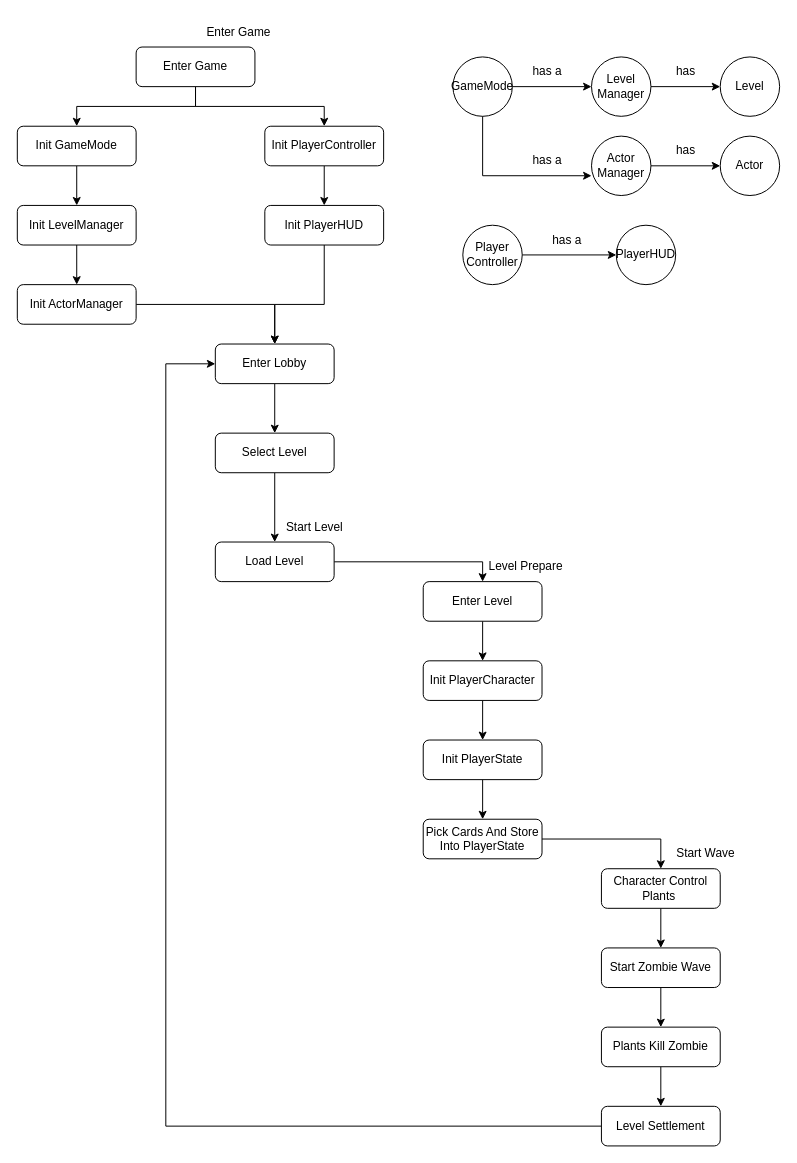
Earlier version of the draw.io diagram PVZ_TPS/PVZ_MainGameLoop.drawio (Danqingyifan/PVZ_UML). Source tidied: cells renumbered, new cells numbered last; positions are measured from the earlier drawing's top-left corner, leaving out a move shared by most shapes. Both pictures are drawn from the tidied source at 99%, with x=0, y=0 at pixel (17, 17).
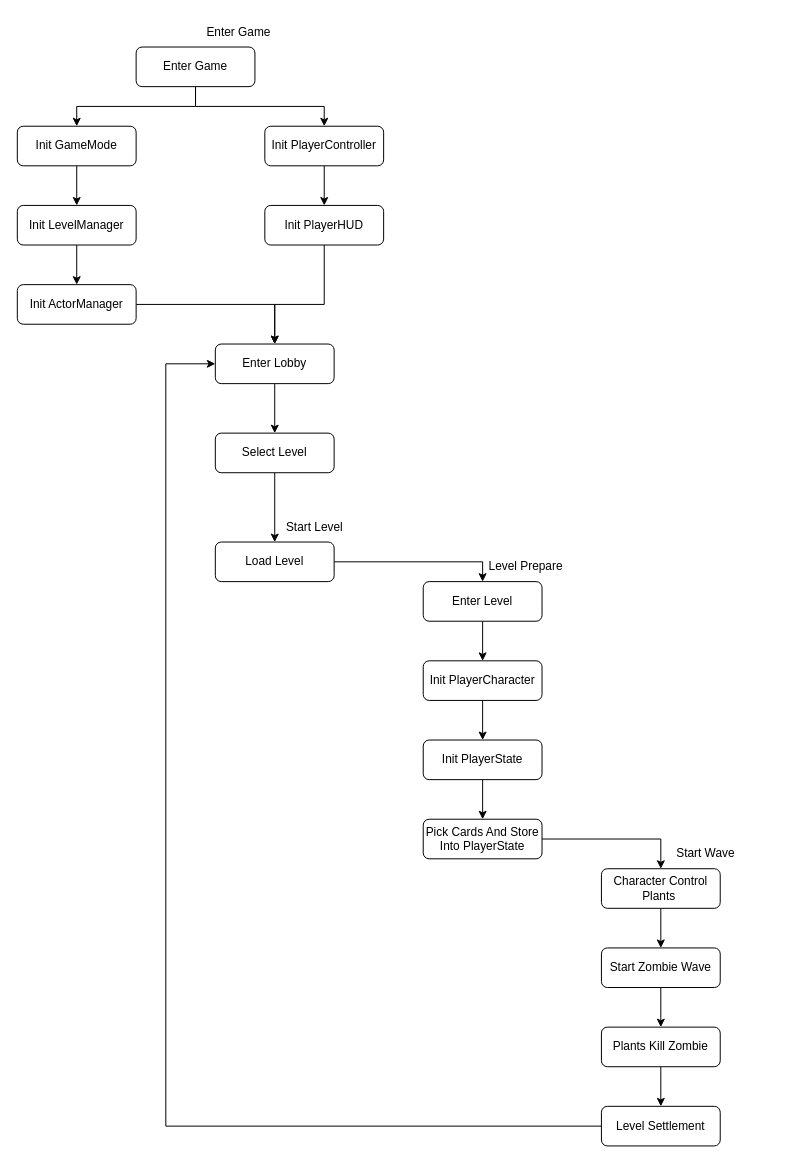
After the change.

Diff of the diagram source:
```diff
@@
-    <mxCell id="6" style="edgeStyle=orthogonalEdgeStyle;rounded=0;jettySize=auto;html=1;entryX=0;entryY=0.5;entryDx=0;entryDy=0;" parent="1" edge="1" source="7" target="10">
-      <mxGeometry relative="1" as="geometry" />
-    </mxCell>
-    <mxCell id="7" value="Player&lt;div&gt;Controller&lt;/div&gt;" style="ellipse;whiteSpace=wrap;html=1;" parent="1" vertex="1">
-      <mxGeometry x="450" y="210" width="60" height="60" as="geometry" />
-    </mxCell>
@@
-    <mxCell id="10" value="Player&lt;span style=&quot;background-color: transparent; color: light-dark(rgb(0, 0, 0), rgb(255, 255, 255));&quot;&gt;HUD&lt;/span&gt;" style="ellipse;whiteSpace=wrap;html=1;" parent="1" vertex="1">
-      <mxGeometry x="605" y="210" width="60" height="60" as="geometry" />
-    </mxCell>
-    <mxCell id="11" value="has a" style="text;html=1;align=center;verticalAlign=middle;strokeColor=none;fillColor=none;" parent="1" vertex="1">
-      <mxGeometry x="530" y="210" width="50" height="30" as="geometry" />
-    </mxCell>
@@
-    <mxCell id="14" style="edgeStyle=orthogonalEdgeStyle;rounded=0;jettySize=auto;html=1;entryX=0;entryY=0.5;entryDx=0;entryDy=0;" parent="1" edge="1" source="15" target="17">
-      <mxGeometry relative="1" as="geometry" />
-    </mxCell>
-    <mxCell id="15" value="GameMode" style="ellipse;whiteSpace=wrap;html=1;" parent="1" vertex="1">
-      <mxGeometry x="440" y="40" width="60" height="60" as="geometry" />
-    </mxCell>
-    <mxCell id="16" style="edgeStyle=orthogonalEdgeStyle;rounded=0;jettySize=auto;html=1;entryX=0;entryY=0.5;entryDx=0;entryDy=0;" parent="1" edge="1" source="17" target="18">
-      <mxGeometry relative="1" as="geometry" />
-    </mxCell>
-    <mxCell id="17" value="Level&lt;div&gt;Manager&lt;/div&gt;" style="ellipse;whiteSpace=wrap;html=1;" parent="1" vertex="1">
-      <mxGeometry x="580" y="40" width="60" height="60" as="geometry" />
-    </mxCell>
-    <mxCell id="18" value="Level" style="ellipse;whiteSpace=wrap;html=1;" parent="1" vertex="1">
-      <mxGeometry x="710" y="40" width="60" height="60" as="geometry" />
-    </mxCell>
@@
-    <mxCell id="26" value="has a" style="text;html=1;align=center;verticalAlign=middle;strokeColor=none;fillColor=none;" parent="1" vertex="1">
-      <mxGeometry x="510" y="40" width="50" height="30" as="geometry" />
-    </mxCell>
-    <mxCell id="27" value="has" style="text;html=1;align=center;verticalAlign=middle;strokeColor=none;fillColor=none;" parent="1" vertex="1">
-      <mxGeometry x="655" y="40" width="40" height="30" as="geometry" />
-    </mxCell>
@@
-    <mxCell id="50" style="edgeStyle=orthogonalEdgeStyle;rounded=0;jettySize=auto;html=1;entryX=0;entryY=0.5;entryDx=0;entryDy=0;" parent="1" edge="1" source="51" target="52">
-      <mxGeometry relative="1" as="geometry" />
-    </mxCell>
-    <mxCell id="51" value="Actor&lt;br&gt;&lt;div&gt;Manager&lt;/div&gt;" style="ellipse;whiteSpace=wrap;html=1;" parent="1" vertex="1">
-      <mxGeometry x="580" y="120" width="60" height="60" as="geometry" />
-    </mxCell>
-    <mxCell id="52" value="Actor" style="ellipse;whiteSpace=wrap;html=1;" parent="1" vertex="1">
-      <mxGeometry x="710" y="120" width="60" height="60" as="geometry" />
-    </mxCell>
-    <mxCell id="53" value="has" style="text;html=1;align=center;verticalAlign=middle;strokeColor=none;fillColor=none;" parent="1" vertex="1">
-      <mxGeometry x="655" y="120" width="40" height="30" as="geometry" />
-    </mxCell>
-    <mxCell id="54" style="edgeStyle=orthogonalEdgeStyle;rounded=0;jettySize=auto;html=1;entryX=0;entryY=0.667;entryDx=0;entryDy=0;entryPerimeter=0;" parent="1" edge="1" source="15" target="51">
-      <mxGeometry relative="1" as="geometry">
-        <Array as="points">
-          <mxPoint x="470" y="160" />
-        </Array>
-      </mxGeometry>
-    </mxCell>
-    <mxCell id="55" value="has a" style="text;html=1;align=center;verticalAlign=middle;strokeColor=none;fillColor=none;" parent="1" vertex="1">
-      <mxGeometry x="510" y="130" width="50" height="30" as="geometry" />
-    </mxCell>
```
